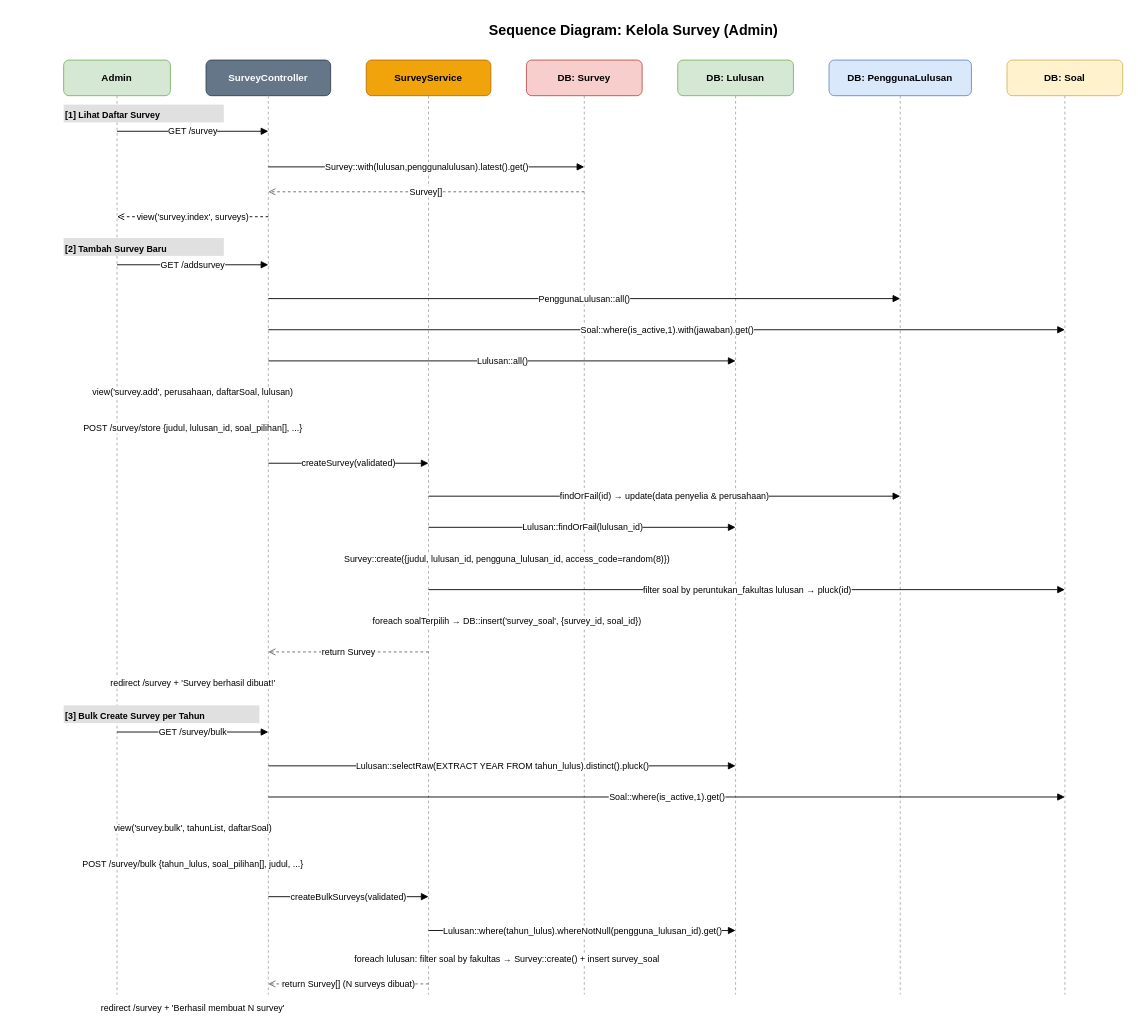
This is page "SD - Pengelolaan Survey" (3 of 5) of class-diagram.drawio from davidjuliussanjaya/spl, a draw.io file, before an edit. Source tidied: cells renumbered, new cells numbered last; positions are measured from the earlier drawing's top-left corner, leaving out a move shared by most shapes. Both pictures are drawn from the tidied source at 89%, with x=0, y=0 at pixel (63, 15).
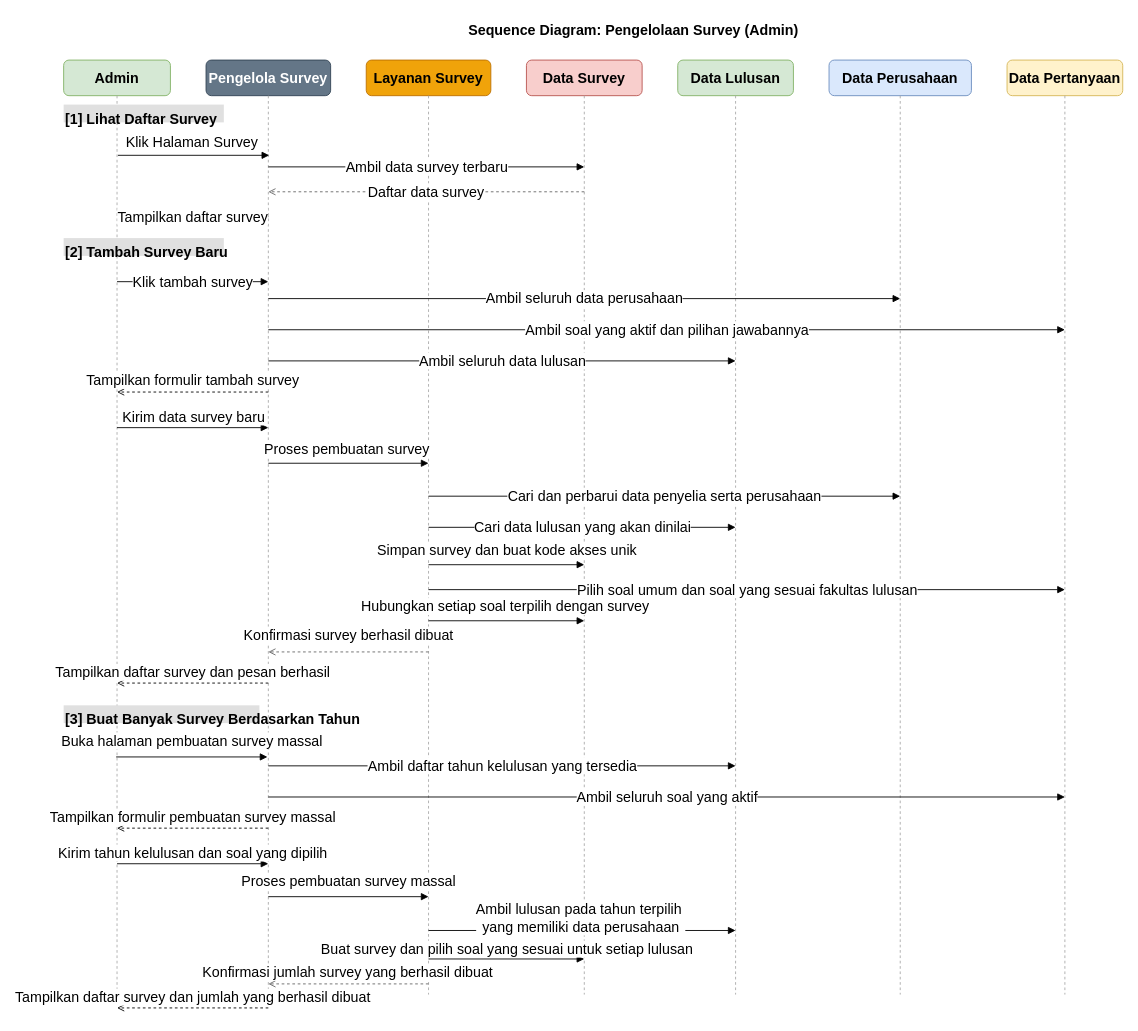
Above is the later version.

What changed in the source:
```diff
@@
-    <mxCell id="2" value="Sequence Diagram: Kelola Survey (Admin)" style="text;html=1;strokeColor=none;fillColor=none;align=center;fontSize=16;fontStyle=1;" parent="1" vertex="1">
+    <mxCell id="2" value="Sequence Diagram: Pengelolaan Survey (Admin)" style="text;html=1;strokeColor=none;fillColor=none;align=center;fontSize=16;fontStyle=1;" parent="1" vertex="1">
       <mxGeometry x="340" width="600" height="30" as="geometry" />
     </mxCell>
-    <mxCell id="3" value="Admin" style="rounded=1;whiteSpace=wrap;html=1;fillColor=#d5e8d4;strokeColor=#82b366;fontStyle=1;fontSize=11;" parent="1" vertex="1">
+    <mxCell id="3" value="Admin" style="rounded=1;whiteSpace=wrap;html=1;fillColor=#d5e8d4;strokeColor=#82b366;fontStyle=1;fontSize=16;" parent="1" vertex="1">
       <mxGeometry y="50" width="120" height="40" as="geometry" />
     </mxCell>
-    <mxCell id="4" value="SurveyController" style="rounded=1;whiteSpace=wrap;html=1;fillColor=#647687;fontColor=#ffffff;strokeColor=#314354;fontStyle=1;fontSize=11;" parent="1" vertex="1">
+    <mxCell id="4" value="Pengelola Survey" style="rounded=1;whiteSpace=wrap;html=1;fillColor=#647687;fontColor=#ffffff;strokeColor=#314354;fontStyle=1;fontSize=16;" parent="1" vertex="1">
       <mxGeometry x="160" y="50" width="140" height="40" as="geometry" />
     </mxCell>
-    <mxCell id="5" value="SurveyService" style="rounded=1;whiteSpace=wrap;html=1;fillColor=#f0a30a;fontColor=#000000;strokeColor=#BD7000;fontStyle=1;fontSize=11;" parent="1" vertex="1">
+    <mxCell id="5" value="Layanan Survey" style="rounded=1;whiteSpace=wrap;html=1;fillColor=#f0a30a;fontColor=#000000;strokeColor=#BD7000;fontStyle=1;fontSize=16;" parent="1" vertex="1">
       <mxGeometry x="340" y="50" width="140" height="40" as="geometry" />
     </mxCell>
-    <mxCell id="6" value="DB: Survey" style="rounded=1;whiteSpace=wrap;html=1;fillColor=#f8cecc;strokeColor=#b85450;fontStyle=1;fontSize=11;" parent="1" vertex="1">
+    <mxCell id="6" value="Data Survey" style="rounded=1;whiteSpace=wrap;html=1;fillColor=#f8cecc;strokeColor=#b85450;fontStyle=1;fontSize=16;" parent="1" vertex="1">
       <mxGeometry x="520" y="50" width="130" height="40" as="geometry" />
     </mxCell>
-    <mxCell id="7" value="DB: Lulusan" style="rounded=1;whiteSpace=wrap;html=1;fillColor=#d5e8d4;strokeColor=#82b366;fontStyle=1;fontSize=11;" parent="1" vertex="1">
+    <mxCell id="7" value="Data Lulusan" style="rounded=1;whiteSpace=wrap;html=1;fillColor=#d5e8d4;strokeColor=#82b366;fontStyle=1;fontSize=16;" parent="1" vertex="1">
       <mxGeometry x="690" y="50" width="130" height="40" as="geometry" />
     </mxCell>
-    <mxCell id="8" value="DB: PenggunaLulusan" style="rounded=1;whiteSpace=wrap;html=1;fillColor=#dae8fc;strokeColor=#6c8ebf;fontStyle=1;fontSize=11;" parent="1" vertex="1">
+    <mxCell id="8" value="Data Perusahaan" style="rounded=1;whiteSpace=wrap;html=1;fillColor=#dae8fc;strokeColor=#6c8ebf;fontStyle=1;fontSize=16;" parent="1" vertex="1">
       <mxGeometry x="860" y="50" width="160" height="40" as="geometry" />
     </mxCell>
-    <mxCell id="9" value="DB: Soal" style="rounded=1;whiteSpace=wrap;html=1;fillColor=#fff2cc;strokeColor=#d6b656;fontStyle=1;fontSize=11;" parent="1" vertex="1">
+    <mxCell id="9" value="Data Pertanyaan" style="rounded=1;whiteSpace=wrap;html=1;fillColor=#fff2cc;strokeColor=#d6b656;fontStyle=1;fontSize=16;" parent="1" vertex="1">
       <mxGeometry x="1060" y="50" width="130" height="40" as="geometry" />
     </mxCell>
-    <mxCell id="10" style="endArrow=none;dashed=1;html=1;strokeColor=#aaaaaa;" parent="1" edge="1">
+    <mxCell id="10" style="endArrow=none;dashed=1;html=1;strokeColor=#aaaaaa;fontSize=16;" parent="1" edge="1">
       <mxGeometry relative="1" as="geometry">
         <mxPoint x="60" y="90" as="sourcePoint" />
         <mxPoint x="60" y="1100" as="targetPoint" />
       </mxGeometry>
     </mxCell>
-    <mxCell id="11" style="endArrow=none;dashed=1;html=1;strokeColor=#aaaaaa;" parent="1" edge="1">
+    <mxCell id="11" style="endArrow=none;dashed=1;html=1;strokeColor=#aaaaaa;fontSize=16;" parent="1" edge="1">
       <mxGeometry relative="1" as="geometry">
         <mxPoint x="230" y="90" as="sourcePoint" />
         <mxPoint x="230" y="1100" as="targetPoint" />
       </mxGeometry>
     </mxCell>
-    <mxCell id="12" style="endArrow=none;dashed=1;html=1;strokeColor=#aaaaaa;" parent="1" edge="1">
+    <mxCell id="12" style="endArrow=none;dashed=1;html=1;strokeColor=#aaaaaa;fontSize=16;" parent="1" edge="1">
       <mxGeometry relative="1" as="geometry">
         <mxPoint x="410" y="90" as="sourcePoint" />
         <mxPoint x="410" y="1100" as="targetPoint" />
       </mxGeometry>
     </mxCell>
-    <mxCell id="13" style="endArrow=none;dashed=1;html=1;strokeColor=#aaaaaa;" parent="1" edge="1">
+    <mxCell id="13" style="endArrow=none;dashed=1;html=1;strokeColor=#aaaaaa;fontSize=16;" parent="1" edge="1">
       <mxGeometry relative="1" as="geometry">
         <mxPoint x="585" y="90" as="sourcePoint" />
         <mxPoint x="585" y="1100" as="targetPoint" />
       </mxGeometry>
     </mxCell>
-    <mxCell id="14" style="endArrow=none;dashed=1;html=1;strokeColor=#aaaaaa;" parent="1" edge="1">
+    <mxCell id="14" style="endArrow=none;dashed=1;html=1;strokeColor=#aaaaaa;fontSize=16;" parent="1" edge="1">
       <mxGeometry relative="1" as="geometry">
         <mxPoint x="755" y="90" as="sourcePoint" />
         <mxPoint x="755" y="1100" as="targetPoint" />
       </mxGeometry>
     </mxCell>
-    <mxCell id="15" style="endArrow=none;dashed=1;html=1;strokeColor=#aaaaaa;" parent="1" edge="1">
+    <mxCell id="15" style="endArrow=none;dashed=1;html=1;strokeColor=#aaaaaa;fontSize=16;" parent="1" edge="1">
       <mxGeometry relative="1" as="geometry">
         <mxPoint x="940" y="90" as="sourcePoint" />
         <mxPoint x="940" y="1100" as="targetPoint" />
       </mxGeometry>
     </mxCell>
-    <mxCell id="16" style="endArrow=none;dashed=1;html=1;strokeColor=#aaaaaa;" parent="1" edge="1">
+    <mxCell id="16" style="endArrow=none;dashed=1;html=1;strokeColor=#aaaaaa;fontSize=16;" parent="1" edge="1">
       <mxGeometry relative="1" as="geometry">
         <mxPoint x="1125" y="90" as="sourcePoint" />
         <mxPoint x="1125" y="1100" as="targetPoint" />
       </mxGeometry>
     </mxCell>
-    <mxCell id="17" value="[1] Lihat Daftar Survey" style="text;html=1;strokeColor=none;fillColor=#e0e0e0;fontStyle=1;fontSize=10;align=left;" parent="1" vertex="1">
+    <mxCell id="17" value="[1] Lihat Daftar Survey" style="text;html=1;strokeColor=none;fillColor=#e0e0e0;fontStyle=1;fontSize=16;align=left;" parent="1" vertex="1">
       <mxGeometry y="100" width="180" height="20" as="geometry" />
     </mxCell>
-    <mxCell id="18" value="GET /survey" style="endArrow=block;endFill=1;fontSize=10;html=1;" parent="1" edge="1">
-      <mxGeometry relative="1" as="geometry">
-        <mxPoint x="60" y="130" as="sourcePoint" />
-        <mxPoint x="230" y="130" as="targetPoint" />
+    <mxCell id="18" value="Klik Halaman Survey" style="endArrow=block;endFill=1;fontSize=16;html=1;" parent="1" edge="1">
+      <mxGeometry x="-0.02" y="15" relative="1" as="geometry">
+        <mxPoint x="61" y="157" as="sourcePoint" />
+        <mxPoint x="231" y="157" as="targetPoint" />
       </mxGeometry>
     </mxCell>
-    <mxCell id="19" value="Survey::with(lulusan,penggunalulusan).latest().get()" style="endArrow=block;endFill=1;fontSize=10;html=1;" parent="1" edge="1">
+    <mxCell id="19" value="Ambil data survey terbaru" style="endArrow=block;endFill=1;fontSize=16;html=1;" parent="1" edge="1">
       <mxGeometry relative="1" as="geometry">
         <mxPoint x="230" y="170" as="sourcePoint" />
         <mxPoint x="585" y="170" as="targetPoint" />
       </mxGeometry>
     </mxCell>
-    <mxCell id="20" value="Survey[]" style="endArrow=open;endFill=0;dashed=1;fontSize=10;html=1;strokeColor=#666666;" parent="1" edge="1">
+    <mxCell id="20" value="Daftar data survey" style="endArrow=open;endFill=0;dashed=1;fontSize=16;html=1;strokeColor=#666666;" parent="1" edge="1">
       <mxGeometry relative="1" as="geometry">
         <mxPoint x="585" y="198" as="sourcePoint" />
         <mxPoint x="230" y="198" as="targetPoint" />
       </mxGeometry>
     </mxCell>
-    <mxCell id="21" value="view('survey.index', surveys)" style="endArrow=open;endFill=0;dashed=1;fontSize=10;html=1;" parent="1" edge="1">
+    <mxCell id="21" value="Tampilkan daftar survey" style="endArrow=open;endFill=0;dashed=1;fontSize=16;html=1;" parent="1" edge="1">
       <mxGeometry relative="1" as="geometry">
         <mxPoint x="230" y="226" as="sourcePoint" />
         <mxPoint x="60" y="226" as="targetPoint" />
       </mxGeometry>
     </mxCell>
-    <mxCell id="22" value="[2] Tambah Survey Baru" style="text;html=1;strokeColor=none;fillColor=#e0e0e0;fontStyle=1;fontSize=10;align=left;" parent="1" vertex="1">
+    <mxCell id="22" value="[2] Tambah Survey Baru" style="text;html=1;strokeColor=none;fillColor=#e0e0e0;fontStyle=1;fontSize=16;align=left;" parent="1" vertex="1">
       <mxGeometry y="250" width="180" height="20" as="geometry" />
     </mxCell>
-    <mxCell id="23" value="GET /addsurvey" style="endArrow=block;endFill=1;fontSize=10;html=1;" parent="1" edge="1">
+    <mxCell id="23" value="Klik tambah survey" style="endArrow=block;endFill=1;fontSize=16;html=1;" parent="1" edge="1">
       <mxGeometry relative="1" as="geometry">
-        <mxPoint x="60" y="280" as="sourcePoint" />
-        <mxPoint x="230" y="280" as="targetPoint" />
+        <mxPoint x="60" y="299" as="sourcePoint" />
+        <mxPoint x="230" y="299" as="targetPoint" />
       </mxGeometry>
     </mxCell>
-    <mxCell id="24" value="PenggunaLulusan::all()" style="endArrow=block;endFill=1;fontSize=10;html=1;" parent="1" edge="1">
+    <mxCell id="24" value="Ambil seluruh data perusahaan" style="endArrow=block;endFill=1;fontSize=16;html=1;" parent="1" edge="1">
       <mxGeometry relative="1" as="geometry">
         <mxPoint x="230" y="318" as="sourcePoint" />
         <mxPoint x="940" y="318" as="targetPoint" />
       </mxGeometry>
     </mxCell>
-    <mxCell id="25" value="Soal::where(is_active,1).with(jawaban).get()" style="endArrow=block;endFill=1;fontSize=10;html=1;" parent="1" edge="1">
+    <mxCell id="25" value="Ambil soal yang aktif dan pilihan jawabannya" style="endArrow=block;endFill=1;fontSize=16;html=1;" parent="1" edge="1">
       <mxGeometry relative="1" as="geometry">
         <mxPoint x="230" y="353" as="sourcePoint" />
         <mxPoint x="1125" y="353" as="targetPoint" />
       </mxGeometry>
     </mxCell>
-    <mxCell id="26" value="Lulusan::all()" style="endArrow=block;endFill=1;fontSize=10;html=1;" parent="1" edge="1">
+    <mxCell id="26" value="Ambil seluruh data lulusan" style="endArrow=block;endFill=1;fontSize=16;html=1;" parent="1" edge="1">
       <mxGeometry relative="1" as="geometry">
         <mxPoint x="230" y="388" as="sourcePoint" />
         <mxPoint x="755" y="388" as="targetPoint" />
       </mxGeometry>
     </mxCell>
-    <mxCell id="27" value="view('survey.add', perusahaan, daftarSoal, lulusan)" style="endArrow=open;endFill=0;dashed=1;fontSize=10;html=1;" parent="1" edge="1">
-      <mxGeometry relative="1" as="geometry">
+    <mxCell id="27" value="Tampilkan formulir tambah survey" style="endArrow=open;endFill=0;dashed=1;fontSize=16;html=1;" parent="1" edge="1">
+      <mxGeometry y="-13" relative="1" as="geometry">
         <mxPoint x="230" y="423" as="sourcePoint" />
         <mxPoint x="60" y="423" as="targetPoint" />
       </mxGeometry>
     </mxCell>
-    <mxCell id="28" value="POST /survey/store {judul, lulusan_id, soal_pilihan[], ...}" style="endArrow=block;endFill=1;fontSize=10;html=1;" parent="1" edge="1">
-      <mxGeometry relative="1" as="geometry">
+    <mxCell id="28" value="Kirim data survey baru" style="endArrow=block;endFill=1;fontSize=16;html=1;" parent="1" edge="1">
+      <mxGeometry x="0.01" y="12" relative="1" as="geometry">
         <mxPoint x="60" y="463" as="sourcePoint" />
         <mxPoint x="230" y="463" as="targetPoint" />
       </mxGeometry>
     </mxCell>
-    <mxCell id="29" value="createSurvey(validated)" style="endArrow=block;endFill=1;fontSize=10;html=1;" parent="1" edge="1">
-      <mxGeometry relative="1" as="geometry">
+    <mxCell id="29" value="Proses pembuatan survey" style="endArrow=block;endFill=1;fontSize=16;html=1;" parent="1" edge="1">
+      <mxGeometry x="-0.02" y="16" relative="1" as="geometry">
         <mxPoint x="230" y="503" as="sourcePoint" />
         <mxPoint x="410" y="503" as="targetPoint" />
       </mxGeometry>
     </mxCell>
-    <mxCell id="30" value="findOrFail(id) → update(data penyelia &amp; perusahaan)" style="endArrow=block;endFill=1;fontSize=10;html=1;" parent="1" edge="1">
+    <mxCell id="30" value="Cari dan perbarui data penyelia serta perusahaan" style="endArrow=block;endFill=1;fontSize=16;html=1;" parent="1" edge="1">
       <mxGeometry relative="1" as="geometry">
         <mxPoint x="410" y="540" as="sourcePoint" />
         <mxPoint x="940" y="540" as="targetPoint" />
       </mxGeometry>
     </mxCell>
-    <mxCell id="31" value="Lulusan::findOrFail(lulusan_id)" style="endArrow=block;endFill=1;fontSize=10;html=1;" parent="1" edge="1">
+    <mxCell id="31" value="Cari data lulusan yang akan dinilai" style="endArrow=block;endFill=1;fontSize=16;html=1;" parent="1" edge="1">
       <mxGeometry relative="1" as="geometry">
         <mxPoint x="410" y="575" as="sourcePoint" />
         <mxPoint x="755" y="575" as="targetPoint" />
       </mxGeometry>
     </mxCell>
-    <mxCell id="32" value="Survey::create({judul, lulusan_id, pengguna_lulusan_id, access_code=random(8)})" style="endArrow=block;endFill=1;fontSize=10;html=1;" parent="1" edge="1">
-      <mxGeometry relative="1" as="geometry">
-        <mxPoint x="410" y="610" as="sourcePoint" />
-        <mxPoint x="585" y="610" as="targetPoint" />
+    <mxCell id="32" value="Simpan survey dan buat kode akses unik" style="endArrow=block;endFill=1;fontSize=16;html=1;" parent="1" edge="1">
+      <mxGeometry x="0.01" y="16" relative="1" as="geometry">
+        <mxPoint x="410" y="617" as="sourcePoint" />
+        <mxPoint x="585" y="617" as="targetPoint" />
       </mxGeometry>
     </mxCell>
-    <mxCell id="33" value="filter soal by peruntukan_fakultas lulusan → pluck(id)" style="endArrow=block;endFill=1;fontSize=10;html=1;" parent="1" edge="1">
+    <mxCell id="33" value="Pilih soal umum dan soal yang sesuai fakultas lulusan" style="endArrow=block;endFill=1;fontSize=16;html=1;" parent="1" edge="1">
       <mxGeometry relative="1" as="geometry">
         <mxPoint x="410" y="645" as="sourcePoint" />
         <mxPoint x="1125" y="645" as="targetPoint" />
       </mxGeometry>
     </mxCell>
-    <mxCell id="34" value="foreach soalTerpilih → DB::insert('survey_soal', {survey_id, soal_id})" style="endArrow=block;endFill=1;fontSize=10;html=1;" parent="1" edge="1">
-      <mxGeometry relative="1" as="geometry">
+    <mxCell id="34" value="Hubungkan setiap soal terpilih dengan survey" style="endArrow=block;endFill=1;fontSize=16;html=1;" parent="1" edge="1">
+      <mxGeometry x="-0.02" y="16" relative="1" as="geometry">
         <mxPoint x="410" y="680" as="sourcePoint" />
         <mxPoint x="585" y="680" as="targetPoint" />
       </mxGeometry>
     </mxCell>
-    <mxCell id="35" value="return Survey" style="endArrow=open;endFill=0;dashed=1;fontSize=10;html=1;strokeColor=#666666;" parent="1" edge="1">
-      <mxGeometry relative="1" as="geometry">
+    <mxCell id="35" value="Konfirmasi survey berhasil dibuat" style="endArrow=open;endFill=0;dashed=1;fontSize=16;html=1;strokeColor=#666666;" parent="1" edge="1">
+      <mxGeometry y="-19" relative="1" as="geometry">
         <mxPoint x="410" y="715" as="sourcePoint" />
         <mxPoint x="230" y="715" as="targetPoint" />
       </mxGeometry>
     </mxCell>
-    <mxCell id="36" value="redirect /survey + 'Survey berhasil dibuat!'" style="endArrow=open;endFill=0;dashed=1;fontSize=10;html=1;" parent="1" edge="1">
-      <mxGeometry relative="1" as="geometry">
+    <mxCell id="36" value="Tampilkan daftar survey dan pesan berhasil" style="endArrow=open;endFill=0;dashed=1;fontSize=16;html=1;" parent="1" edge="1">
+      <mxGeometry y="-12" relative="1" as="geometry">
         <mxPoint x="230" y="750" as="sourcePoint" />
         <mxPoint x="60" y="750" as="targetPoint" />
       </mxGeometry>
     </mxCell>
-    <mxCell id="37" value="[3] Bulk Create Survey per Tahun" style="text;html=1;strokeColor=none;fillColor=#e0e0e0;fontStyle=1;fontSize=10;align=left;" parent="1" vertex="1">
+    <mxCell id="37" value="[3] Buat Banyak Survey Berdasarkan Tahun" style="text;html=1;strokeColor=none;fillColor=#e0e0e0;fontStyle=1;fontSize=16;align=left;" parent="1" vertex="1">
       <mxGeometry y="775" width="220" height="20" as="geometry" />
     </mxCell>
-    <mxCell id="38" value="GET /survey/bulk" style="endArrow=block;endFill=1;fontSize=10;html=1;" parent="1" edge="1">
-      <mxGeometry relative="1" as="geometry">
-        <mxPoint x="60" y="805" as="sourcePoint" />
-        <mxPoint x="230" y="805" as="targetPoint" />
+    <mxCell id="38" value="Buka halaman pembuatan survey massal" style="endArrow=block;endFill=1;fontSize=16;html=1;" parent="1" edge="1">
+      <mxGeometry y="18" relative="1" as="geometry">
+        <mxPoint x="59" y="833" as="sourcePoint" />
+        <mxPoint x="229" y="833" as="targetPoint" />
       </mxGeometry>
     </mxCell>
-    <mxCell id="39" value="Lulusan::selectRaw(EXTRACT YEAR FROM tahun_lulus).distinct().pluck()" style="endArrow=block;endFill=1;fontSize=10;html=1;" parent="1" edge="1">
+    <mxCell id="39" value="Ambil daftar tahun kelulusan yang tersedia" style="endArrow=block;endFill=1;fontSize=16;html=1;" parent="1" edge="1">
       <mxGeometry relative="1" as="geometry">
         <mxPoint x="230" y="843" as="sourcePoint" />
         <mxPoint x="755" y="843" as="targetPoint" />
       </mxGeometry>
     </mxCell>
-    <mxCell id="40" value="Soal::where(is_active,1).get()" style="endArrow=block;endFill=1;fontSize=10;html=1;" parent="1" edge="1">
+    <mxCell id="40" value="Ambil seluruh soal yang aktif" style="endArrow=block;endFill=1;fontSize=16;html=1;" parent="1" edge="1">
       <mxGeometry relative="1" as="geometry">
         <mxPoint x="230" y="878" as="sourcePoint" />
         <mxPoint x="1125" y="878" as="targetPoint" />
       </mxGeometry>
     </mxCell>
-    <mxCell id="41" value="view('survey.bulk', tahunList, daftarSoal)" style="endArrow=open;endFill=0;dashed=1;fontSize=10;html=1;" parent="1" edge="1">
-      <mxGeometry relative="1" as="geometry">
+    <mxCell id="41" value="Tampilkan formulir pembuatan survey massal" style="endArrow=open;endFill=0;dashed=1;fontSize=16;html=1;" parent="1" edge="1">
+      <mxGeometry y="-12" relative="1" as="geometry">
         <mxPoint x="230" y="913" as="sourcePoint" />
         <mxPoint x="60" y="913" as="targetPoint" />
       </mxGeometry>
     </mxCell>
-    <mxCell id="42" value="POST /survey/bulk {tahun_lulus, soal_pilihan[], judul, ...}" style="endArrow=block;endFill=1;fontSize=10;html=1;" parent="1" edge="1">
-      <mxGeometry relative="1" as="geometry">
+    <mxCell id="42" value="Kirim tahun kelulusan dan soal yang dipilih" style="endArrow=block;endFill=1;fontSize=16;html=1;" parent="1" edge="1">
+      <mxGeometry y="12" relative="1" as="geometry">
         <mxPoint x="60" y="953" as="sourcePoint" />
         <mxPoint x="230" y="953" as="targetPoint" />
       </mxGeometry>
     </mxCell>
-    <mxCell id="43" value="createBulkSurveys(validated)" style="endArrow=block;endFill=1;fontSize=10;html=1;" parent="1" edge="1">
-      <mxGeometry relative="1" as="geometry">
+    <mxCell id="43" value="Proses pembuatan survey massal" style="endArrow=block;endFill=1;fontSize=16;html=1;" parent="1" edge="1">
+      <mxGeometry y="17" relative="1" as="geometry">
         <mxPoint x="230" y="990" as="sourcePoint" />
         <mxPoint x="410" y="990" as="targetPoint" />
       </mxGeometry>
     </mxCell>
-    <mxCell id="44" value="Lulusan::where(tahun_lulus).whereNotNull(pengguna_lulusan_id).get()" style="endArrow=block;endFill=1;fontSize=10;html=1;" parent="1" edge="1">
-      <mxGeometry relative="1" as="geometry">
+    <mxCell id="44" value="Ambil lulusan pada tahun terpilih&amp;nbsp;&lt;div&gt;yang memiliki data perusahaan&lt;/div&gt;" style="endArrow=block;endFill=1;fontSize=16;html=1;" parent="1" edge="1">
+      <mxGeometry x="-0.01" y="14" relative="1" as="geometry">
         <mxPoint x="410" y="1028" as="sourcePoint" />
         <mxPoint x="755" y="1028" as="targetPoint" />
       </mxGeometry>
     </mxCell>
-    <mxCell id="45" value="foreach lulusan: filter soal by fakultas → Survey::create() + insert survey_soal" style="endArrow=block;endFill=1;fontSize=10;html=1;" parent="1" edge="1">
-      <mxGeometry relative="1" as="geometry">
+    <mxCell id="45" value="Buat survey dan pilih soal yang sesuai untuk setiap lulusan" style="endArrow=block;endFill=1;fontSize=16;html=1;" parent="1" edge="1">
+      <mxGeometry x="0.01" y="11" relative="1" as="geometry">
         <mxPoint x="410" y="1060" as="sourcePoint" />
         <mxPoint x="585" y="1060" as="targetPoint" />
       </mxGeometry>
     </mxCell>
-    <mxCell id="46" value="return Survey[] (N surveys dibuat)" style="endArrow=open;endFill=0;dashed=1;fontSize=10;html=1;strokeColor=#666666;" parent="1" edge="1">
-      <mxGeometry relative="1" as="geometry">
+    <mxCell id="46" value="Konfirmasi jumlah survey yang berhasil dibuat" style="endArrow=open;endFill=0;dashed=1;fontSize=16;html=1;strokeColor=#666666;" parent="1" edge="1">
+      <mxGeometry x="0.01" y="-13" relative="1" as="geometry">
         <mxPoint x="410" y="1088" as="sourcePoint" />
         <mxPoint x="230" y="1088" as="targetPoint" />
       </mxGeometry>
     </mxCell>
-    <mxCell id="47" value="redirect /survey + 'Berhasil membuat N survey'" style="endArrow=open;endFill=0;dashed=1;fontSize=10;html=1;" parent="1" edge="1">
-      <mxGeometry relative="1" as="geometry">
+    <mxCell id="47" value="Tampilkan daftar survey dan jumlah yang berhasil dibuat" style="endArrow=open;endFill=0;dashed=1;fontSize=16;html=1;" parent="1" edge="1">
+      <mxGeometry y="-12" relative="1" as="geometry">
         <mxPoint x="230" y="1115" as="sourcePoint" />
         <mxPoint x="60" y="1115" as="targetPoint" />
       </mxGeometry>
     </mxCell>
```
